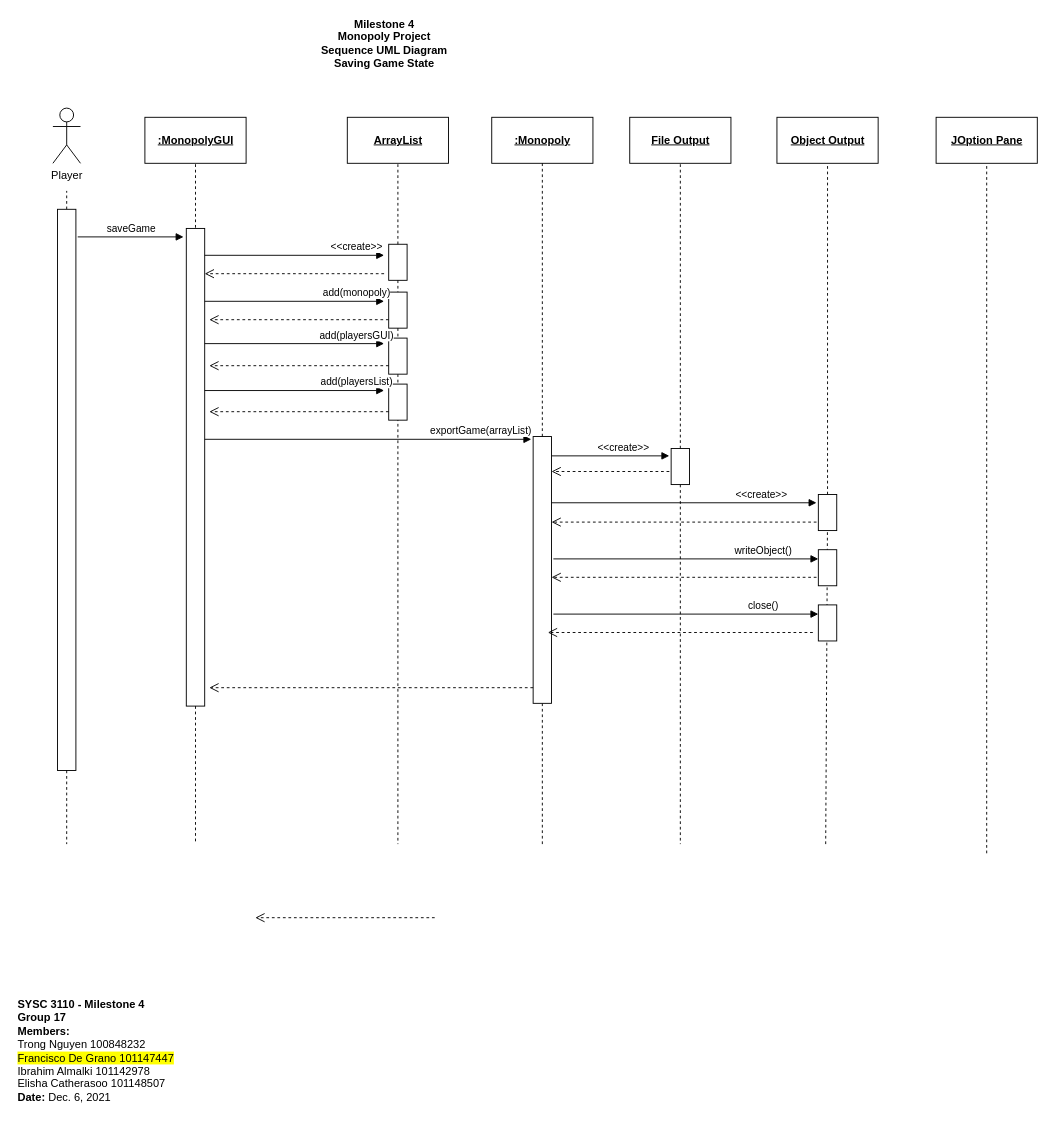
The draw.io diagram page "SequenceUML_1" (2 of 5) of M4_ClassUML.drawio in trong0dn/monopoly, before the edit. Source tidied: cells renumbered, new cells numbered last; positions are measured from the earlier drawing's top-left corner, leaving out a move shared by most shapes. Both pictures are drawn from the tidied source at 92%, with x=0, y=0 at pixel (16, 16).
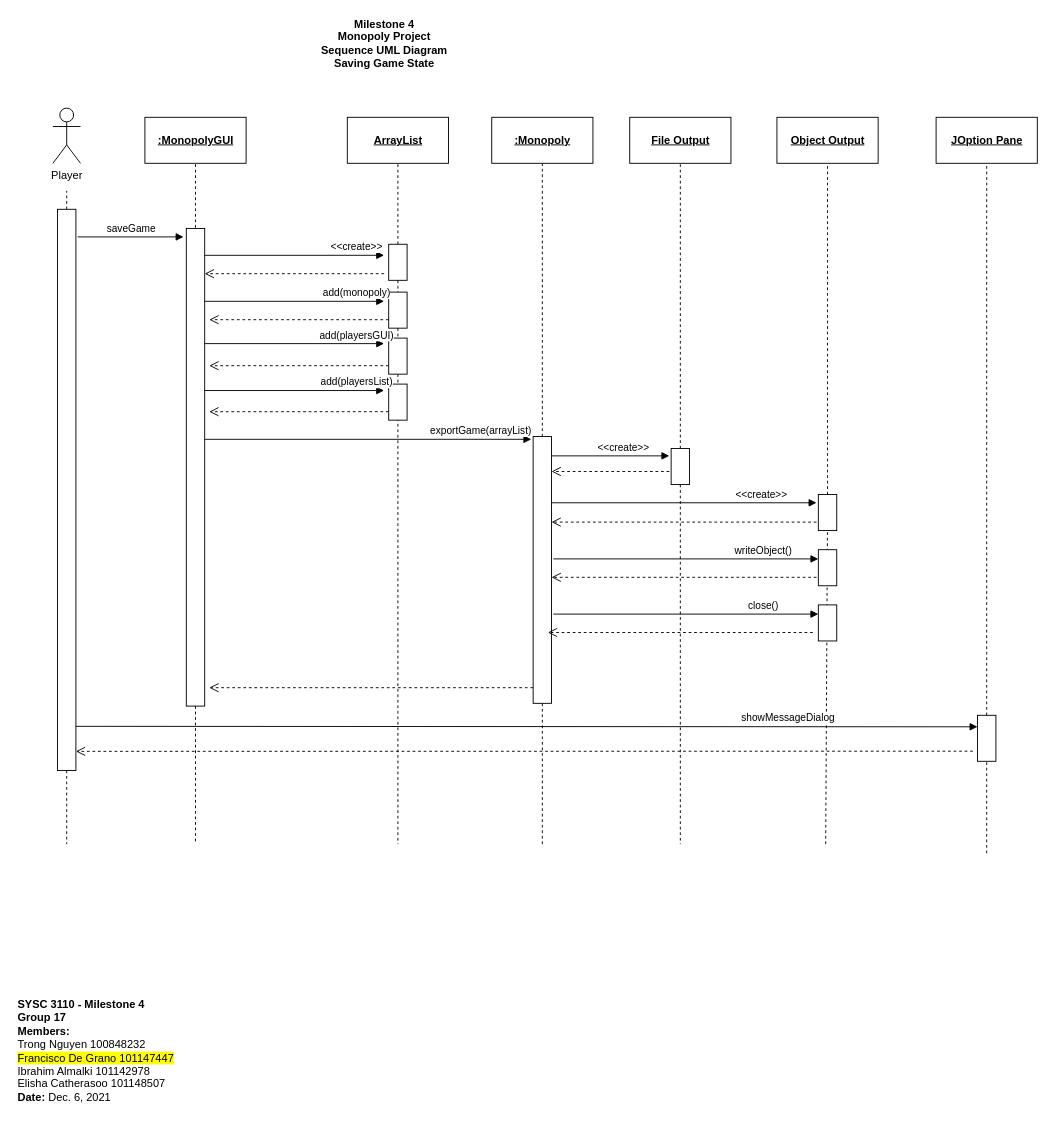
The same page after the edit.

Unchanged cells that the change refers to:
```xml
<mxCell id="26" value="&lt;b&gt;&lt;u&gt;JOption Pane&lt;/u&gt;&lt;/b&gt;" style="html=1;align=center;" parent="1" vertex="1">
  <mxGeometry x="1000" y="110" width="110" height="50" as="geometry" />
</mxCell>
```

What changed in the source:
```diff
@@
-    <mxCell id="27" style="endArrow=none;dashed=1;html=1;rounded=0;entryX=0.5;entryY=1;entryDx=0;entryDy=0;" parent="1" edge="1" target="26">
-      <mxGeometry relative="1" as="geometry">
-        <mxPoint x="1055" y="910" as="sourcePoint" />
-      </mxGeometry>
+    <mxCell id="27" style="endArrow=none;dashed=1;html=1;rounded=0;entryX=0.5;entryY=1;entryDx=0;entryDy=0;startArrow=none;" parent="1" edge="1" source="57" target="26">
+      <mxGeometry relative="1" as="geometry" />
     </mxCell>
@@
-    <mxCell id="42" style="html=1;verticalAlign=bottom;endArrow=open;dashed=1;endSize=8;rounded=0;" parent="1" edge="1">
-      <mxGeometry relative="1" as="geometry">
-        <mxPoint x="455" y="980" as="sourcePoint" />
-        <mxPoint x="260" y="980" as="targetPoint" />
-      </mxGeometry>
-    </mxCell>
@@
+    <mxCell id="57" style="rounded=0;whiteSpace=wrap;html=1;align=left;" parent="1" vertex="1">
+      <mxGeometry x="1045" y="760" width="20" height="50" as="geometry" />
+    </mxCell>
+    <mxCell id="58" style="endArrow=none;dashed=1;html=1;rounded=0;entryX=0.5;entryY=1;entryDx=0;entryDy=0;" parent="1" edge="1" target="57">
+      <mxGeometry relative="1" as="geometry">
+        <mxPoint x="1055" y="910" as="sourcePoint" />
+      </mxGeometry>
+    </mxCell>
+    <mxCell id="59" value="showMessageDialog" style="html=1;verticalAlign=bottom;endArrow=block;rounded=0;entryX=0;entryY=0.25;entryDx=0;entryDy=0;" parent="1" edge="1" target="57">
+      <mxGeometry x="0.58" relative="1" as="geometry">
+        <mxPoint x="65" y="772" as="sourcePoint" />
+      </mxGeometry>
+    </mxCell>
+    <mxCell id="60" style="html=1;verticalAlign=bottom;endArrow=open;dashed=1;endSize=8;rounded=0;" parent="1" edge="1">
+      <mxGeometry relative="1" as="geometry">
+        <mxPoint x="1040" y="799" as="sourcePoint" />
+        <mxPoint x="65" y="799.2" as="targetPoint" />
+      </mxGeometry>
+    </mxCell>
```
